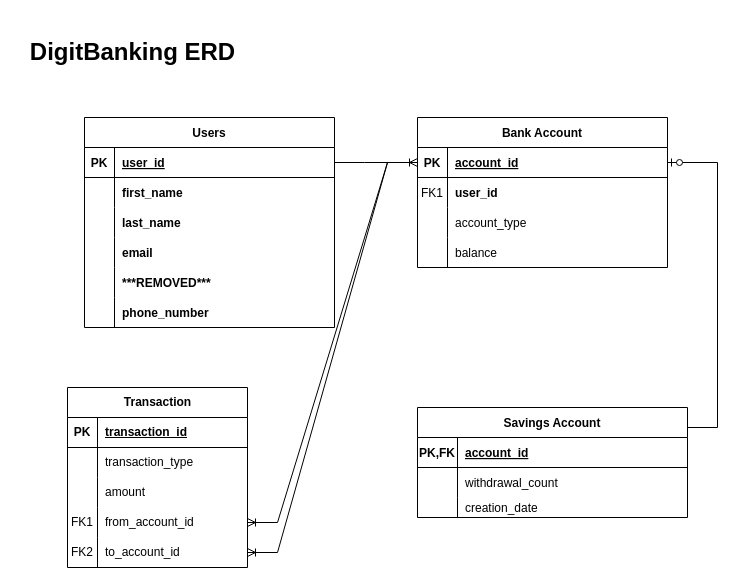
arivera40/DigitBanking keeps this draw.io diagram as misc/digitbanking_erd.drawio. Above is the earlier version. Source tidied: cells renumbered, new cells numbered last; positions are measured from the earlier drawing's top-left corner, leaving out a move shared by most shapes. Both pictures are drawn from the tidied source at 100%, with x=0, y=0 at pixel (17, 17).
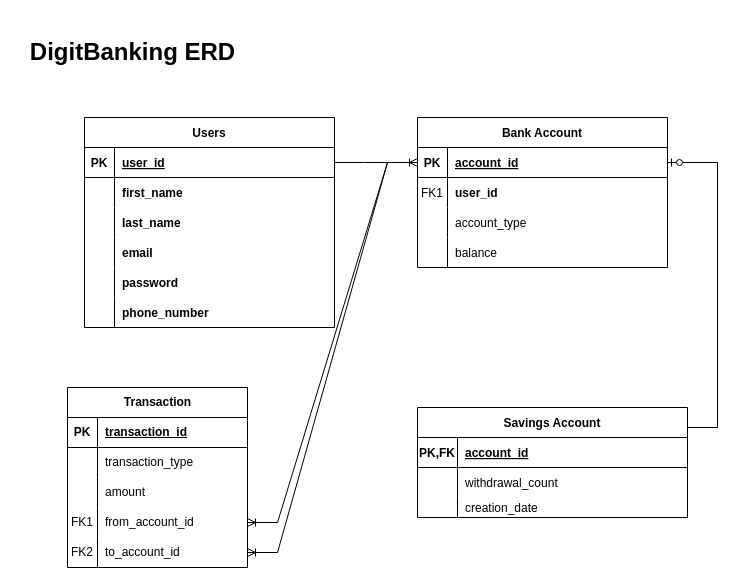
After the change.

The change refers to these unchanged cells:
```xml
<mxCell id="38" style="shape=partialRectangle;fillColor=none;top=0;left=0;right=0;bottom=0;" parent="25" vertex="1">
  <mxGeometry y="150" width="250" height="30" as="geometry" />
</mxCell>
```

Diff of the diagram source:
```diff
@@
-    <mxCell id="40" value="***REMOVED***" style="shape=partialRectangle;overflow=hidden;fillColor=none;top=0;left=0;bottom=0;right=0;align=left;spacingLeft=6;fontStyle=1;" parent="38" vertex="1">
+    <mxCell id="40" value="password" style="shape=partialRectangle;overflow=hidden;fillColor=none;top=0;left=0;bottom=0;right=0;align=left;spacingLeft=6;fontStyle=1;" parent="38" vertex="1">
       <mxGeometry x="30" width="220" height="30" as="geometry" />
     </mxCell>
```
